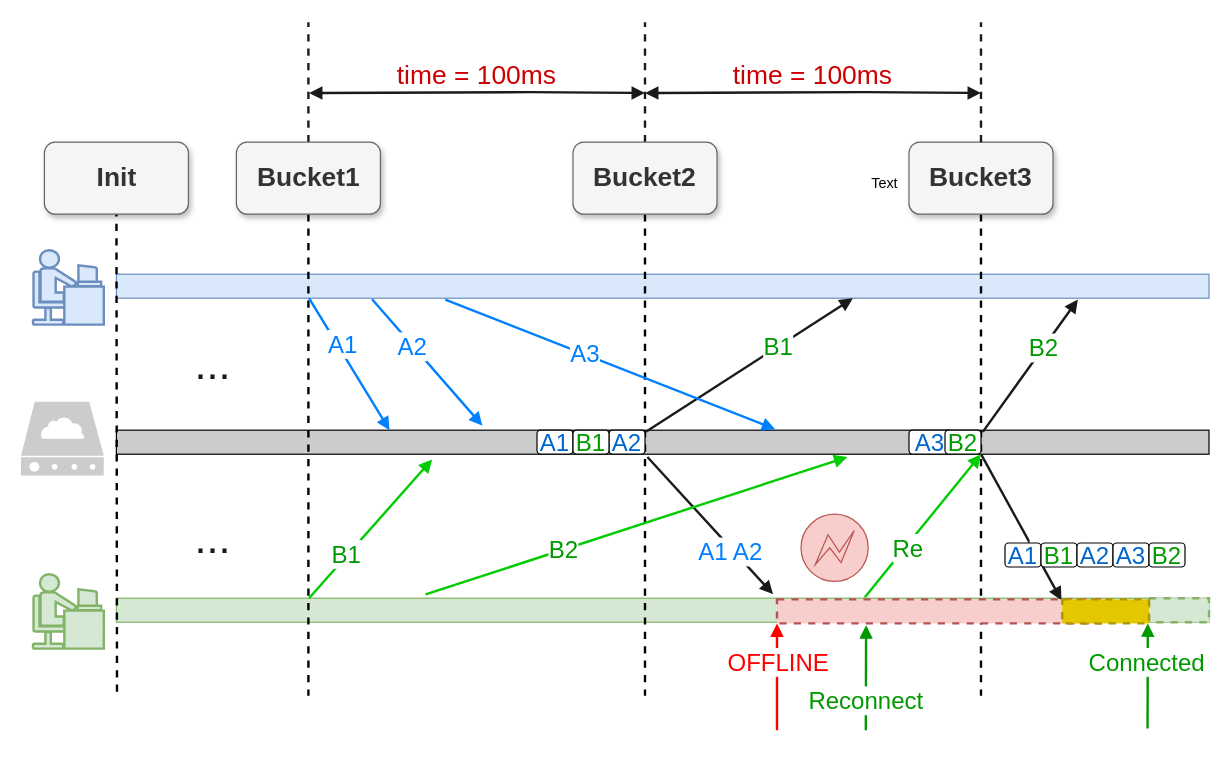
This is page "replay2" (7 of 9) of booming/Booming 104ppt-17.drawio from yrdimple/flowChart, a draw.io file, before an edit. Source tidied: cells renumbered, new cells numbered last; positions are measured from the earlier drawing's top-left corner, leaving out a move shared by most shapes. Both pictures are drawn from the tidied source at 120%, with x=0, y=0 at pixel (20, 22).
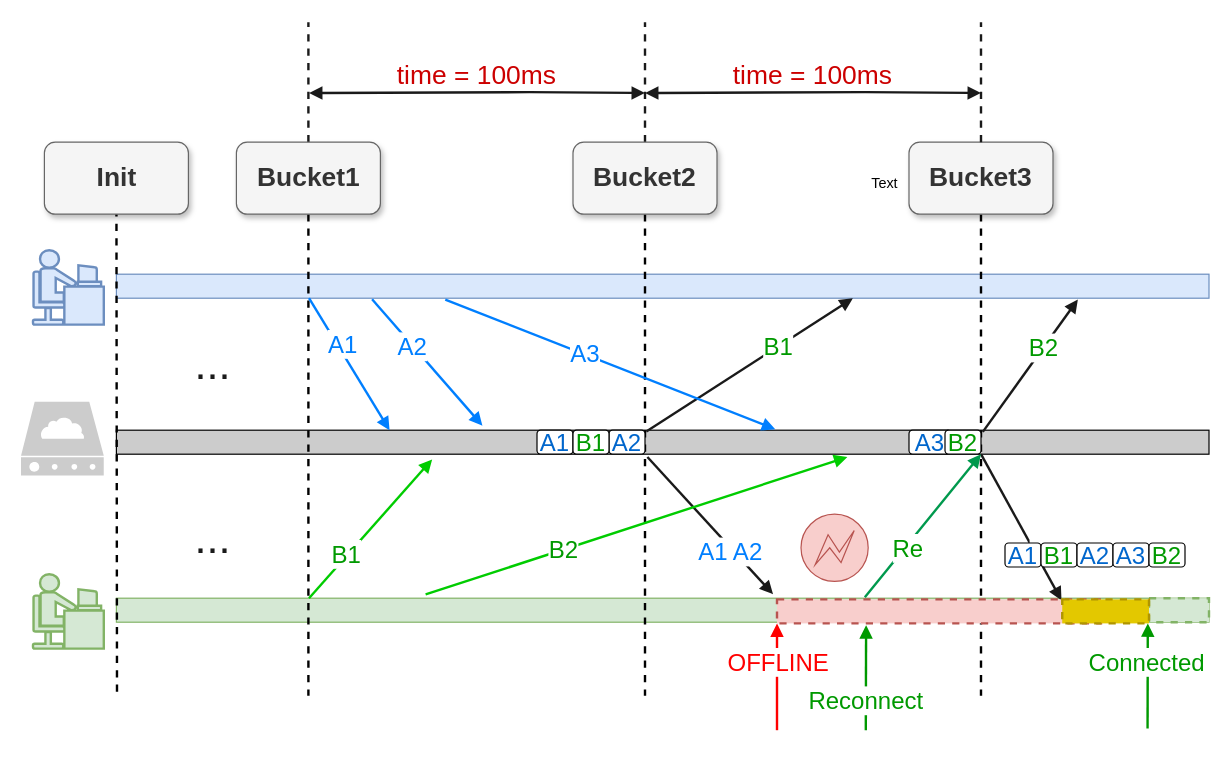
The same page after the edit.

Unchanged cells that the change refers to:
```xml
<mxCell id="3" style="rounded=0;whiteSpace=wrap;html=1;fillColor=#d5e8d4;strokeColor=#82b366;" parent="1" vertex="1">
  <mxGeometry x="79.5" y="480" width="910.5" height="20" as="geometry" />
</mxCell>
```

Change to the diagram source:
```diff
@@
-    <mxCell id="64" style="endArrow=block;html=1;rounded=0;strokeWidth=2;exitX=0.685;exitY=-0.043;exitDx=0;exitDy=0;exitPerimeter=0;fillColor=#ffff88;strokeColor=#00CC00;fontColor=#009900;endFill=1;entryX=0.669;entryY=1.118;entryDx=0;entryDy=0;entryPerimeter=0;fontSize=20;" parent="1" edge="1" source="3">
+    <mxCell id="64" style="endArrow=block;html=1;rounded=0;strokeWidth=2;exitX=0.685;exitY=-0.043;exitDx=0;exitDy=0;exitPerimeter=0;fillColor=#ffff88;strokeColor=#00994D;fontColor=#009900;endFill=1;entryX=0.669;entryY=1.118;entryDx=0;entryDy=0;entryPerimeter=0;fontSize=20;" parent="1" edge="1" source="3">
       <mxGeometry relative="1" as="geometry">
         <mxPoint x="800" y="360" as="targetPoint" />
       </mxGeometry>
     </mxCell>
```
